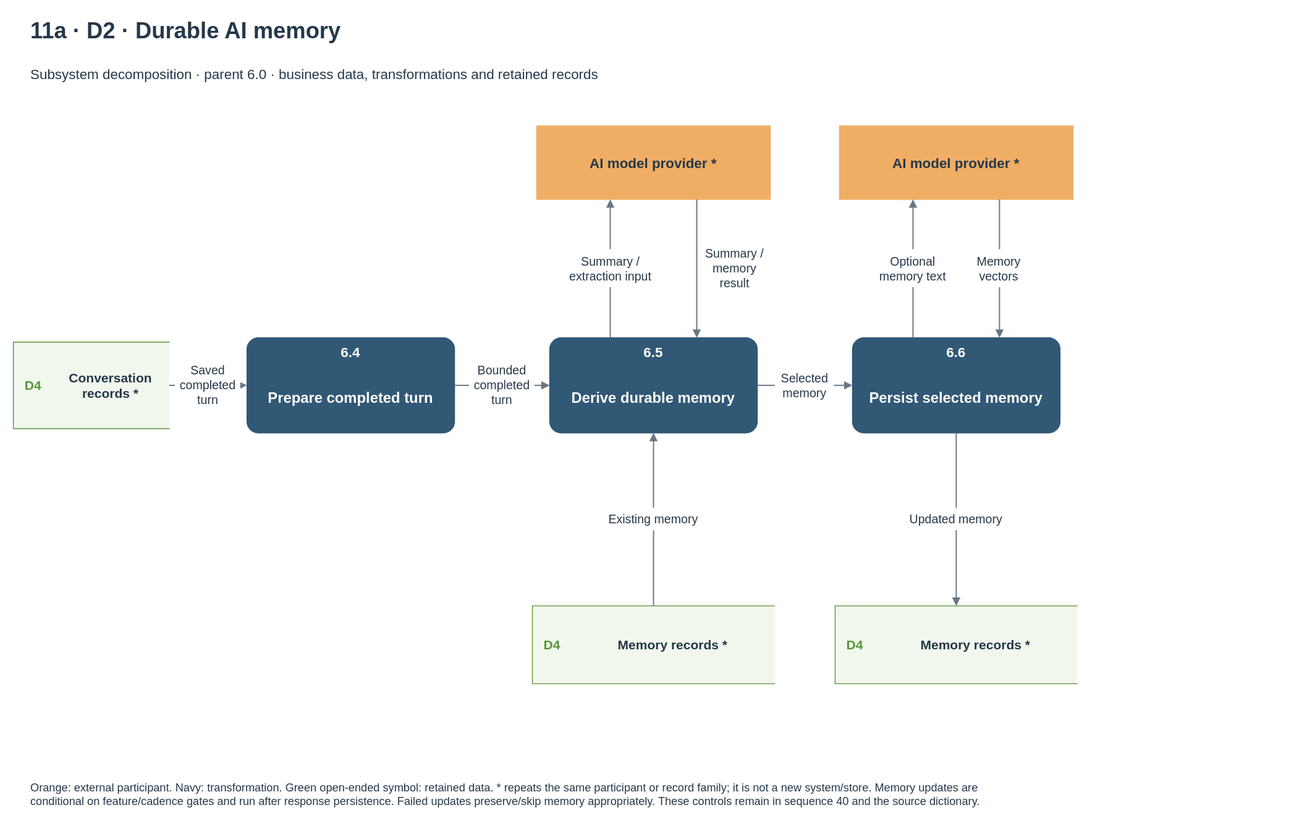
Before: docs/diagrams/velora-current/importable-svg/11a-dfd-memory.drawio.svg, a diagram exported from draw.io (HieuCuteDangYeu/velora-backend). Source tidied: cells renumbered, new cells last; positions are measured from the earlier drawing's top-left corner, leaving out a move shared by most shapes. The source it was exported from:
```xml
<mxGraphModel>
  <root>
    <mxCell id="0" />
    <mxCell id="1" parent="0" />
    <mxCell id="2" value="11a · D2 · Durable AI memory" style="text;html=1;whiteSpace=wrap;fontFamily=Arial;fontSize=26;fontColor=#253849;fontStyle=1;align=left;verticalAlign=middle;spacing=0;" parent="1" vertex="1">
      <mxGeometry x="20" width="1460" height="40" as="geometry" />
    </mxCell>
    <mxCell id="3" value="Subsystem decomposition · parent 6.0 · business data, transformations and retained records" style="text;html=1;whiteSpace=wrap;fontFamily=Arial;fontSize=16;fontColor=#253849;fontStyle=0;align=left;verticalAlign=middle;spacing=0;" parent="1" vertex="1">
      <mxGeometry x="20" y="50" width="1460" height="40" as="geometry" />
    </mxCell>
    <mxCell id="4" style="rounded=1;arcSize=12;fillColor=#315875;strokeColor=#315875;dashed=0;whiteSpace=wrap;" parent="1" vertex="1">
      <mxGeometry x="270" y="375" width="240" height="110" as="geometry" />
    </mxCell>
    <mxCell id="5" value="6.4" style="text;html=1;whiteSpace=wrap;fontFamily=Arial;fontSize=16;fontColor=white;fontStyle=1;align=center;verticalAlign=middle;spacing=0;" parent="4" vertex="1">
      <mxGeometry x="5" y="4" width="230" height="25" as="geometry" />
    </mxCell>
    <mxCell id="6" value="Prepare completed turn" style="text;html=1;whiteSpace=wrap;fontFamily=Arial;fontSize=17;fontColor=white;fontStyle=1;align=center;verticalAlign=middle;spacing=0;" parent="4" vertex="1">
      <mxGeometry x="8" y="36" width="224" height="70" as="geometry" />
    </mxCell>
    <mxCell id="7" style="rounded=1;arcSize=12;fillColor=#315875;strokeColor=#315875;dashed=0;whiteSpace=wrap;" parent="1" vertex="1">
      <mxGeometry x="620" y="375" width="240" height="110" as="geometry" />
    </mxCell>
    <mxCell id="8" value="6.5" style="text;html=1;whiteSpace=wrap;fontFamily=Arial;fontSize=16;fontColor=white;fontStyle=1;align=center;verticalAlign=middle;spacing=0;" parent="7" vertex="1">
      <mxGeometry x="5" y="4" width="230" height="25" as="geometry" />
    </mxCell>
    <mxCell id="9" value="Derive durable memory" style="text;html=1;whiteSpace=wrap;fontFamily=Arial;fontSize=17;fontColor=white;fontStyle=1;align=center;verticalAlign=middle;spacing=0;" parent="7" vertex="1">
      <mxGeometry x="8" y="36" width="224" height="70" as="geometry" />
    </mxCell>
    <mxCell id="10" style="rounded=1;arcSize=12;fillColor=#315875;strokeColor=#315875;dashed=0;whiteSpace=wrap;" parent="1" vertex="1">
      <mxGeometry x="970" y="375" width="240" height="110" as="geometry" />
    </mxCell>
    <mxCell id="11" value="6.6" style="text;html=1;whiteSpace=wrap;fontFamily=Arial;fontSize=16;fontColor=white;fontStyle=1;align=center;verticalAlign=middle;spacing=0;" parent="10" vertex="1">
      <mxGeometry x="5" y="4" width="230" height="25" as="geometry" />
    </mxCell>
    <mxCell id="12" value="Persist selected memory" style="text;html=1;whiteSpace=wrap;fontFamily=Arial;fontSize=17;fontColor=white;fontStyle=1;align=center;verticalAlign=middle;spacing=0;" parent="10" vertex="1">
      <mxGeometry x="8" y="36" width="224" height="70" as="geometry" />
    </mxCell>
    <mxCell id="13" style="shape=partialRectangle;right=0;left=1;top=1;bottom=1;rounded=0;fillColor=#f2f7ed;strokeColor=#579539;whiteSpace=wrap;" parent="1" vertex="1">
      <mxGeometry y="380" width="180" height="100" as="geometry" />
    </mxCell>
    <mxCell id="14" value="D4" style="text;html=1;whiteSpace=wrap;fontFamily=Arial;fontSize=15;fontColor=#579539;fontStyle=1;align=center;verticalAlign=middle;spacing=0;" parent="13" vertex="1">
      <mxGeometry x="2" y="2" width="42" height="96" as="geometry" />
    </mxCell>
    <mxCell id="15" value="Conversation&lt;br&gt;records *" style="text;html=1;whiteSpace=wrap;fontFamily=Arial;fontSize=15;fontColor=#253849;fontStyle=1;align=center;verticalAlign=middle;spacing=0;" parent="13" vertex="1">
      <mxGeometry x="53" y="5" width="119" height="90" as="geometry" />
    </mxCell>
    <mxCell id="16" style="rounded=0;arcSize=12;fillColor=#f0ad64;strokeColor=#f0ad64;dashed=0;whiteSpace=wrap;" parent="1" vertex="1">
      <mxGeometry x="605" y="130" width="270" height="85" as="geometry" />
    </mxCell>
    <mxCell id="17" value="AI model provider *" style="text;html=1;whiteSpace=wrap;fontFamily=Arial;fontSize=16;fontColor=#253849;fontStyle=1;align=center;verticalAlign=middle;spacing=0;" parent="16" vertex="1">
      <mxGeometry x="8" y="8" width="254" height="69" as="geometry" />
    </mxCell>
    <mxCell id="18" style="shape=partialRectangle;right=0;left=1;top=1;bottom=1;rounded=0;fillColor=#f2f7ed;strokeColor=#579539;whiteSpace=wrap;" parent="1" vertex="1">
      <mxGeometry x="600" y="685" width="280" height="90" as="geometry" />
    </mxCell>
    <mxCell id="19" value="D4" style="text;html=1;whiteSpace=wrap;fontFamily=Arial;fontSize=15;fontColor=#579539;fontStyle=1;align=center;verticalAlign=middle;spacing=0;" parent="18" vertex="1">
      <mxGeometry x="2" y="2" width="42" height="86" as="geometry" />
    </mxCell>
    <mxCell id="20" value="Memory records *" style="text;html=1;whiteSpace=wrap;fontFamily=Arial;fontSize=15;fontColor=#253849;fontStyle=1;align=center;verticalAlign=middle;spacing=0;" parent="18" vertex="1">
      <mxGeometry x="53" y="5" width="219" height="80" as="geometry" />
    </mxCell>
    <mxCell id="21" style="shape=partialRectangle;right=0;left=1;top=1;bottom=1;rounded=0;fillColor=#f2f7ed;strokeColor=#579539;whiteSpace=wrap;" parent="1" vertex="1">
      <mxGeometry x="950" y="685" width="280" height="90" as="geometry" />
    </mxCell>
    <mxCell id="22" value="D4" style="text;html=1;whiteSpace=wrap;fontFamily=Arial;fontSize=15;fontColor=#579539;fontStyle=1;align=center;verticalAlign=middle;spacing=0;" parent="21" vertex="1">
      <mxGeometry x="2" y="2" width="42" height="86" as="geometry" />
    </mxCell>
    <mxCell id="23" value="Memory records *" style="text;html=1;whiteSpace=wrap;fontFamily=Arial;fontSize=15;fontColor=#253849;fontStyle=1;align=center;verticalAlign=middle;spacing=0;" parent="21" vertex="1">
      <mxGeometry x="53" y="5" width="219" height="80" as="geometry" />
    </mxCell>
    <mxCell id="24" style="rounded=0;arcSize=12;fillColor=#f0ad64;strokeColor=#f0ad64;dashed=0;whiteSpace=wrap;" parent="1" vertex="1">
      <mxGeometry x="955" y="130" width="270" height="85" as="geometry" />
    </mxCell>
    <mxCell id="25" value="AI model provider *" style="text;html=1;whiteSpace=wrap;fontFamily=Arial;fontSize=16;fontColor=#253849;fontStyle=1;align=center;verticalAlign=middle;spacing=0;" parent="24" vertex="1">
      <mxGeometry x="8" y="8" width="254" height="69" as="geometry" />
    </mxCell>
    <mxCell id="26" style="edgeStyle=none;noEdgeStyle=1;endArrow=block;endFill=1;strokeColor=#687782;strokeWidth=1.4;jumpStyle=arc;jumpSize=8;exitPerimeter=0;entryPerimeter=0;exitX=1.0;exitY=0.5;entryX=0.0;entryY=0.5;" parent="1" edge="1" source="13" target="4">
      <mxGeometry relative="1" as="geometry" />
    </mxCell>
    <mxCell id="27" style="edgeStyle=none;noEdgeStyle=1;endArrow=block;endFill=1;strokeColor=#687782;strokeWidth=1.4;jumpStyle=arc;jumpSize=8;exitPerimeter=0;entryPerimeter=0;exitX=1.0;exitY=0.5;entryX=0.0;entryY=0.5;" parent="1" edge="1" source="4" target="7">
      <mxGeometry relative="1" as="geometry" />
    </mxCell>
    <mxCell id="28" style="edgeStyle=none;noEdgeStyle=1;endArrow=block;endFill=1;strokeColor=#687782;strokeWidth=1.4;jumpStyle=arc;jumpSize=8;exitPerimeter=0;entryPerimeter=0;exitX=1.0;exitY=0.5;entryX=0.0;entryY=0.5;" parent="1" edge="1" source="7" target="10">
      <mxGeometry relative="1" as="geometry" />
    </mxCell>
    <mxCell id="29" style="edgeStyle=none;noEdgeStyle=1;endArrow=block;endFill=1;strokeColor=#687782;strokeWidth=1.4;jumpStyle=arc;jumpSize=8;exitPerimeter=0;entryPerimeter=0;exitX=0.2916666666666667;exitY=0.0;entryX=0.3148148148148148;entryY=1.0;" parent="1" edge="1" source="7" target="16">
      <mxGeometry relative="1" as="geometry" />
    </mxCell>
    <mxCell id="30" style="edgeStyle=none;noEdgeStyle=1;endArrow=block;endFill=1;strokeColor=#687782;strokeWidth=1.4;jumpStyle=arc;jumpSize=8;exitPerimeter=0;entryPerimeter=0;exitX=0.6851851851851852;exitY=1.0;entryX=0.7083333333333334;entryY=0.0;" parent="1" edge="1" source="16" target="7">
      <mxGeometry relative="1" as="geometry" />
    </mxCell>
    <mxCell id="31" style="edgeStyle=none;noEdgeStyle=1;endArrow=block;endFill=1;strokeColor=#687782;strokeWidth=1.4;jumpStyle=arc;jumpSize=8;exitPerimeter=0;entryPerimeter=0;exitX=0.5;exitY=0.0;entryX=0.5;entryY=1.0;" parent="1" edge="1" source="18" target="7">
      <mxGeometry relative="1" as="geometry" />
    </mxCell>
    <mxCell id="32" style="edgeStyle=none;noEdgeStyle=1;endArrow=block;endFill=1;strokeColor=#687782;strokeWidth=1.4;jumpStyle=arc;jumpSize=8;exitPerimeter=0;entryPerimeter=0;exitX=0.5;exitY=1.0;entryX=0.5;entryY=0.0;" parent="1" edge="1" source="10" target="21">
      <mxGeometry relative="1" as="geometry" />
    </mxCell>
    <mxCell id="33" style="edgeStyle=none;noEdgeStyle=1;endArrow=block;endFill=1;strokeColor=#687782;strokeWidth=1.4;jumpStyle=arc;jumpSize=8;exitPerimeter=0;entryPerimeter=0;exitX=0.2916666666666667;exitY=0.0;entryX=0.3148148148148148;entryY=1.0;" parent="1" edge="1" source="10" target="24">
      <mxGeometry relative="1" as="geometry" />
    </mxCell>
    <mxCell id="34" style="edgeStyle=none;noEdgeStyle=1;endArrow=block;endFill=1;strokeColor=#687782;strokeWidth=1.4;jumpStyle=arc;jumpSize=8;exitPerimeter=0;entryPerimeter=0;exitX=0.6851851851851852;exitY=1.0;entryX=0.7083333333333334;entryY=0.0;" parent="1" edge="1" source="24" target="10">
      <mxGeometry relative="1" as="geometry" />
    </mxCell>
    <mxCell id="35" style="fillColor=#ffffff;strokeColor=none;" parent="1" vertex="1">
      <mxGeometry x="187.2" y="399" width="75.7" height="62" as="geometry" />
    </mxCell>
    <mxCell id="36" value="Saved&lt;br&gt;completed&lt;br&gt;turn" style="text;html=1;whiteSpace=wrap;fontFamily=Arial;fontSize=14;fontColor=#253849;fontStyle=0;align=center;verticalAlign=middle;spacing=0;" parent="1" vertex="1">
      <mxGeometry x="187.2" y="399" width="75.7" height="62" as="geometry" />
    </mxCell>
    <mxCell id="37" style="fillColor=#ffffff;strokeColor=none;" parent="1" vertex="1">
      <mxGeometry x="527.1" y="399" width="75.7" height="62" as="geometry" />
    </mxCell>
    <mxCell id="38" value="Bounded&lt;br&gt;completed&lt;br&gt;turn" style="text;html=1;whiteSpace=wrap;fontFamily=Arial;fontSize=14;fontColor=#253849;fontStyle=0;align=center;verticalAlign=middle;spacing=0;" parent="1" vertex="1">
      <mxGeometry x="527.1" y="399" width="75.7" height="62" as="geometry" />
    </mxCell>
    <mxCell id="39" style="fillColor=#ffffff;strokeColor=none;" parent="1" vertex="1">
      <mxGeometry x="880.8" y="408" width="68.4" height="44" as="geometry" />
    </mxCell>
    <mxCell id="40" value="Selected&lt;br&gt;memory" style="text;html=1;whiteSpace=wrap;fontFamily=Arial;fontSize=14;fontColor=#253849;fontStyle=0;align=center;verticalAlign=middle;spacing=0;" parent="1" vertex="1">
      <mxGeometry x="880.8" y="408" width="68.4" height="44" as="geometry" />
    </mxCell>
    <mxCell id="41" style="fillColor=#ffffff;strokeColor=none;" parent="1" vertex="1">
      <mxGeometry x="626.6" y="273" width="126.8" height="44" as="geometry" />
    </mxCell>
    <mxCell id="42" value="Summary /&lt;br&gt;extraction input" style="text;html=1;whiteSpace=wrap;fontFamily=Arial;fontSize=14;fontColor=#253849;fontStyle=0;align=center;verticalAlign=middle;spacing=0;" parent="1" vertex="1">
      <mxGeometry x="626.6" y="273" width="126.8" height="44" as="geometry" />
    </mxCell>
    <mxCell id="43" style="fillColor=#ffffff;strokeColor=none;" parent="1" vertex="1">
      <mxGeometry x="796" y="264" width="75.7" height="62" as="geometry" />
    </mxCell>
    <mxCell id="44" value="Summary /&lt;br&gt;memory&lt;br&gt;result" style="text;html=1;whiteSpace=wrap;fontFamily=Arial;fontSize=14;fontColor=#253849;fontStyle=0;align=center;verticalAlign=middle;spacing=0;" parent="1" vertex="1">
      <mxGeometry x="796" y="264" width="75.7" height="62" as="geometry" />
    </mxCell>
    <mxCell id="45" style="fillColor=#ffffff;strokeColor=none;" parent="1" vertex="1">
      <mxGeometry x="994.9" y="273" width="90.3" height="44" as="geometry" />
    </mxCell>
    <mxCell id="46" value="Optional&lt;br&gt;memory text" style="text;html=1;whiteSpace=wrap;fontFamily=Arial;fontSize=14;fontColor=#253849;fontStyle=0;align=center;verticalAlign=middle;spacing=0;" parent="1" vertex="1">
      <mxGeometry x="994.9" y="273" width="90.3" height="44" as="geometry" />
    </mxCell>
    <mxCell id="47" style="fillColor=#ffffff;strokeColor=none;" parent="1" vertex="1">
      <mxGeometry x="1109.5" y="273" width="61.1" height="44" as="geometry" />
    </mxCell>
    <mxCell id="48" value="Memory&lt;br&gt;vectors" style="text;html=1;whiteSpace=wrap;fontFamily=Arial;fontSize=14;fontColor=#253849;fontStyle=0;align=center;verticalAlign=middle;spacing=0;" parent="1" vertex="1">
      <mxGeometry x="1109.5" y="273" width="61.1" height="44" as="geometry" />
    </mxCell>
    <mxCell id="49" style="fillColor=#ffffff;strokeColor=none;" parent="1" vertex="1">
      <mxGeometry x="680.2" y="572" width="119.5" height="26" as="geometry" />
    </mxCell>
    <mxCell id="50" value="Existing memory" style="text;html=1;whiteSpace=wrap;fontFamily=Arial;fontSize=14;fontColor=#253849;fontStyle=0;align=center;verticalAlign=middle;spacing=0;" parent="1" vertex="1">
      <mxGeometry x="680.2" y="572" width="119.5" height="26" as="geometry" />
    </mxCell>
    <mxCell id="51" style="fillColor=#ffffff;strokeColor=none;" parent="1" vertex="1">
      <mxGeometry x="1033.9" y="572" width="112.2" height="26" as="geometry" />
    </mxCell>
    <mxCell id="52" value="Updated memory" style="text;html=1;whiteSpace=wrap;fontFamily=Arial;fontSize=14;fontColor=#253849;fontStyle=0;align=center;verticalAlign=middle;spacing=0;" parent="1" vertex="1">
      <mxGeometry x="1033.9" y="572" width="112.2" height="26" as="geometry" />
    </mxCell>
    <mxCell id="53" value="Orange: external participant. Navy: transformation. Green open-ended symbol: retained data. * repeats the same participant or record family; it is not a new system/store. Memory updates are&lt;br&gt;conditional on feature/cadence gates and run after response persistence. Failed updates preserve/skip memory appropriately. These controls remain in sequence 40 and the source dictionary." style="text;html=1;whiteSpace=wrap;fontFamily=Arial;fontSize=13;fontColor=#253849;fontStyle=0;align=left;verticalAlign=middle;spacing=0;" parent="1" vertex="1">
      <mxGeometry x="20" y="865" width="1460" height="75" as="geometry" />
    </mxCell>
  </root>
</mxGraphModel>
```
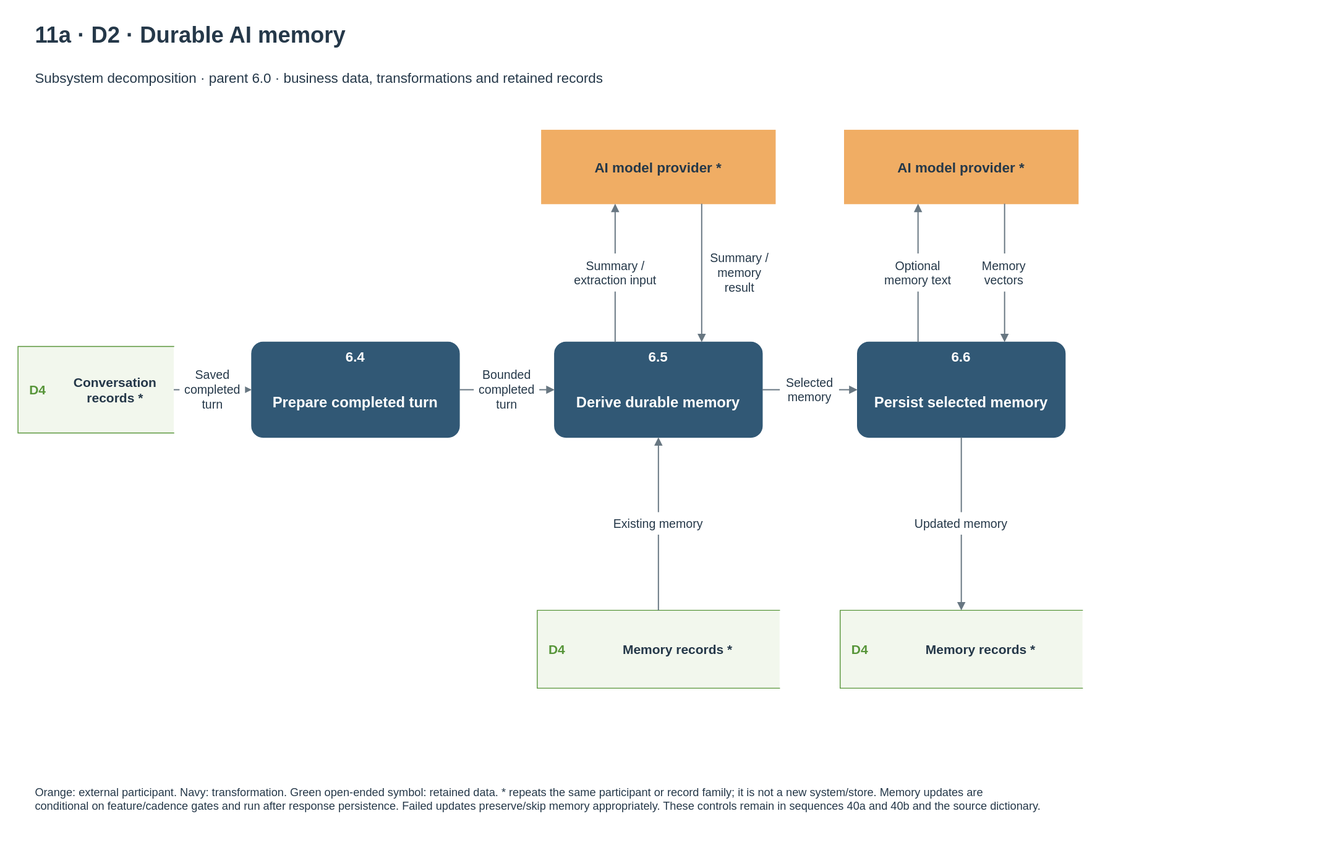
The same diagram one commit later.

The edit, as a diff of the source:
```diff
@@ -155,7 +155,7 @@
     <mxCell id="52" value="Updated memory" style="text;html=1;whiteSpace=wrap;fontFamily=Arial;fontSize=14;fontColor=#253849;fontStyle=0;align=center;verticalAlign=middle;spacing=0;" parent="1" vertex="1">
       <mxGeometry x="1033.9" y="572" width="112.2" height="26" as="geometry" />
     </mxCell>
-    <mxCell id="53" value="Orange: external participant. Navy: transformation. Green open-ended symbol: retained data. * repeats the same participant or record family; it is not a new system/store. Memory updates are&lt;br&gt;conditional on feature/cadence gates and run after response persistence. Failed updates preserve/skip memory appropriately. These controls remain in sequence 40 and the source dictionary." style="text;html=1;whiteSpace=wrap;fontFamily=Arial;fontSize=13;fontColor=#253849;fontStyle=0;align=left;verticalAlign=middle;spacing=0;" parent="1" vertex="1">
+    <mxCell id="53" value="Orange: external participant. Navy: transformation. Green open-ended symbol: retained data. * repeats the same participant or record family; it is not a new system/store. Memory updates are&lt;br&gt;conditional on feature/cadence gates and run after response persistence. Failed updates preserve/skip memory appropriately. These controls remain in sequences 40a and 40b and the source dictionary." style="text;html=1;whiteSpace=wrap;fontFamily=Arial;fontSize=13;fontColor=#253849;fontStyle=0;align=left;verticalAlign=middle;spacing=0;" parent="1" vertex="1">
       <mxGeometry x="20" y="865" width="1460" height="75" as="geometry" />
     </mxCell>
   </root>
```
